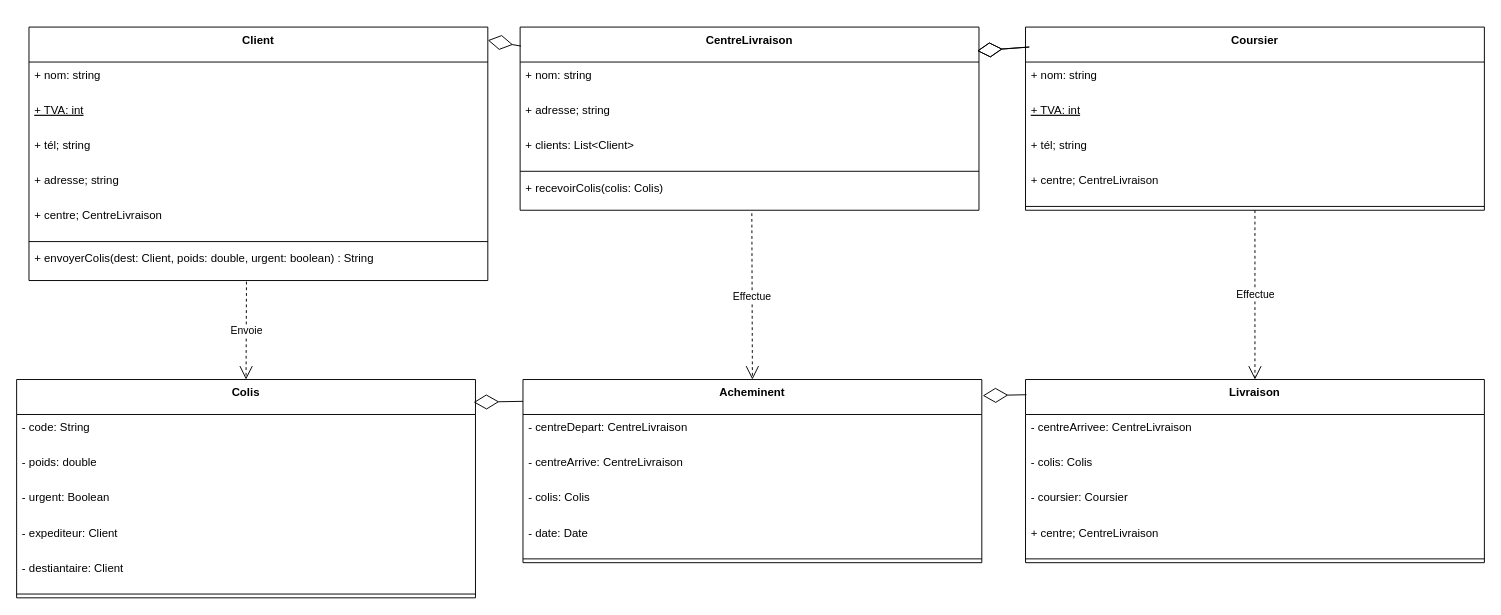
The draw.io diagram Ex2.drawio in RocherQuentiin/java-diagramme-class, before the edit. Source tidied: cells renumbered, new cells numbered last; positions are measured from the earlier drawing's top-left corner, leaving out a move shared by most shapes. Both pictures are drawn from the tidied source at 95%, with x=0, y=0 at pixel (16, 27).
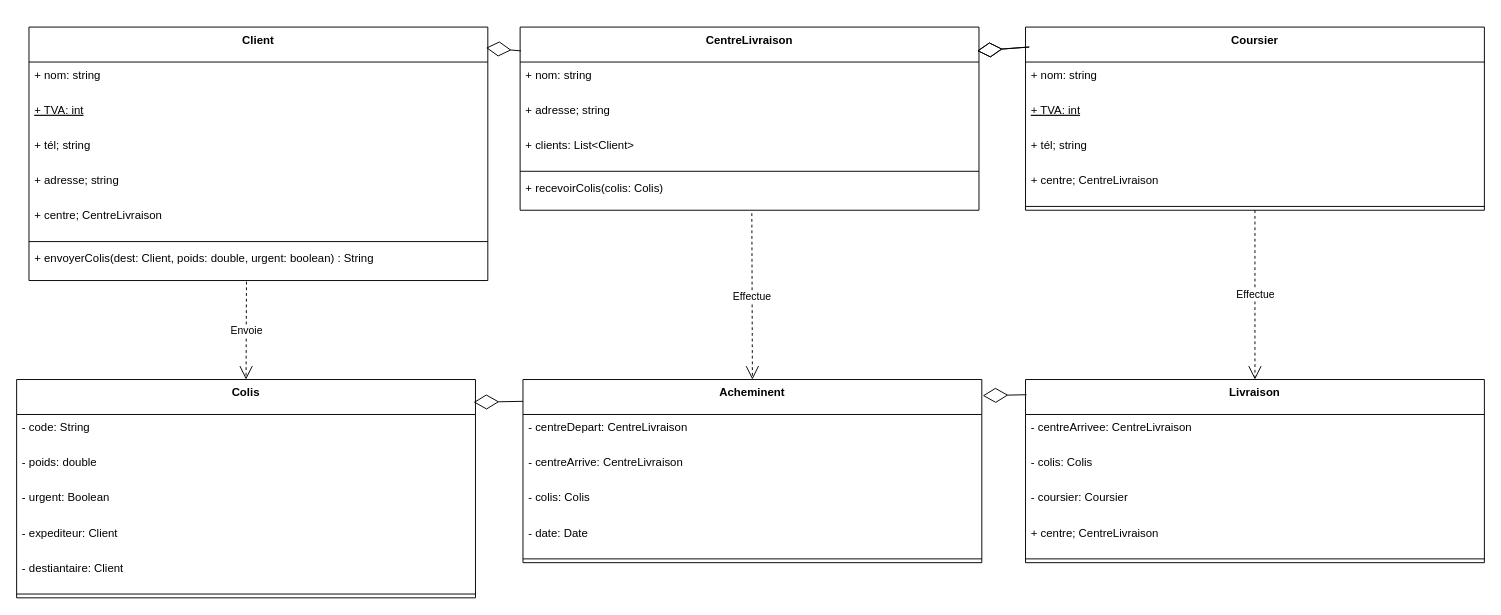
Above is the later version.

Commit message (it also covers changes not shown here):
Mettre à jour Ex2.drawio

Unchanged cells that the change refers to:
```xml
<mxCell id="2" value="Client" style="swimlane;fontStyle=1;align=center;verticalAlign=top;horizontal=1;startSize=36.8;" parent="1" vertex="1">
  <mxGeometry x="13" width="483" height="266.8" as="geometry" />
</mxCell>
<mxCell id="10" value="CentreLivraison" style="swimlane;fontStyle=1;align=center;verticalAlign=top;horizontal=1;startSize=36.8;" parent="1" vertex="1">
  <mxGeometry x="530" width="483" height="192.8" as="geometry" />
</mxCell>
```

The edit, as a diff of the source:
```diff
@@
-    <mxCell id="45" style="endArrow=diamondThin;endFill=0;endSize=24;html=1;rounded=0;entryX=1;entryY=0.052;entryDx=0;entryDy=0;entryPerimeter=0;exitX=0.002;exitY=0.104;exitDx=0;exitDy=0;exitPerimeter=0;" parent="1" edge="1" source="10" target="2">
+    <mxCell id="45" style="endArrow=diamondThin;endFill=0;endSize=24;html=1;rounded=0;entryX=0.996;entryY=0.082;entryDx=0;entryDy=0;entryPerimeter=0;exitX=0.002;exitY=0.13;exitDx=0;exitDy=0;exitPerimeter=0;" parent="1" edge="1" source="10" target="2">
       <mxGeometry relative="1" as="geometry" />
     </mxCell>
```
